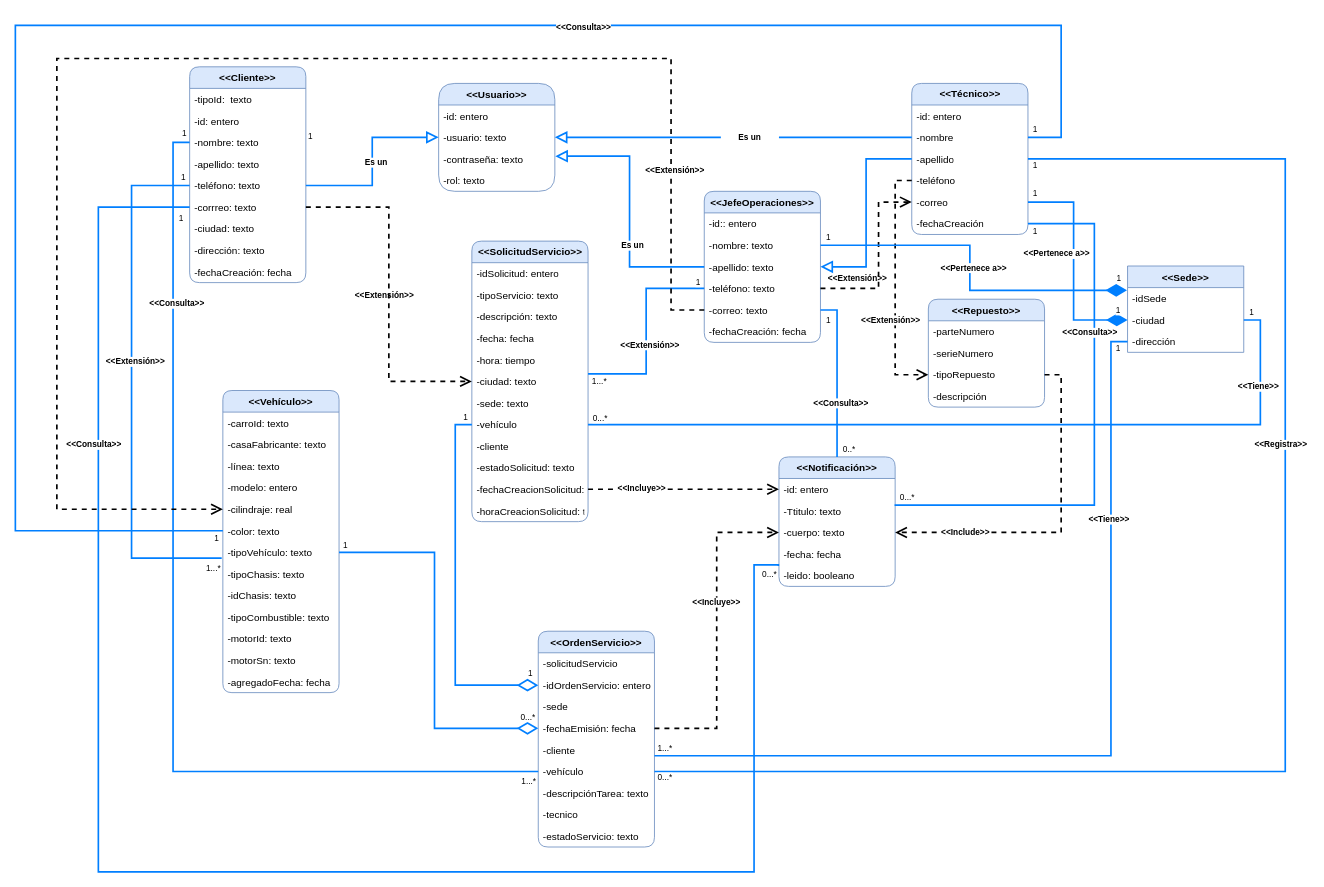
Equipo9-G10/sima keeps this draw.io diagram as Diagrama_sima.drawio. Above is the earlier version. Source tidied: cells renumbered, new cells numbered last; positions are measured from the earlier drawing's top-left corner, leaving out a move shared by most shapes. Both pictures are drawn from the tidied source at 83%, with x=0, y=0 at pixel (15, 14).
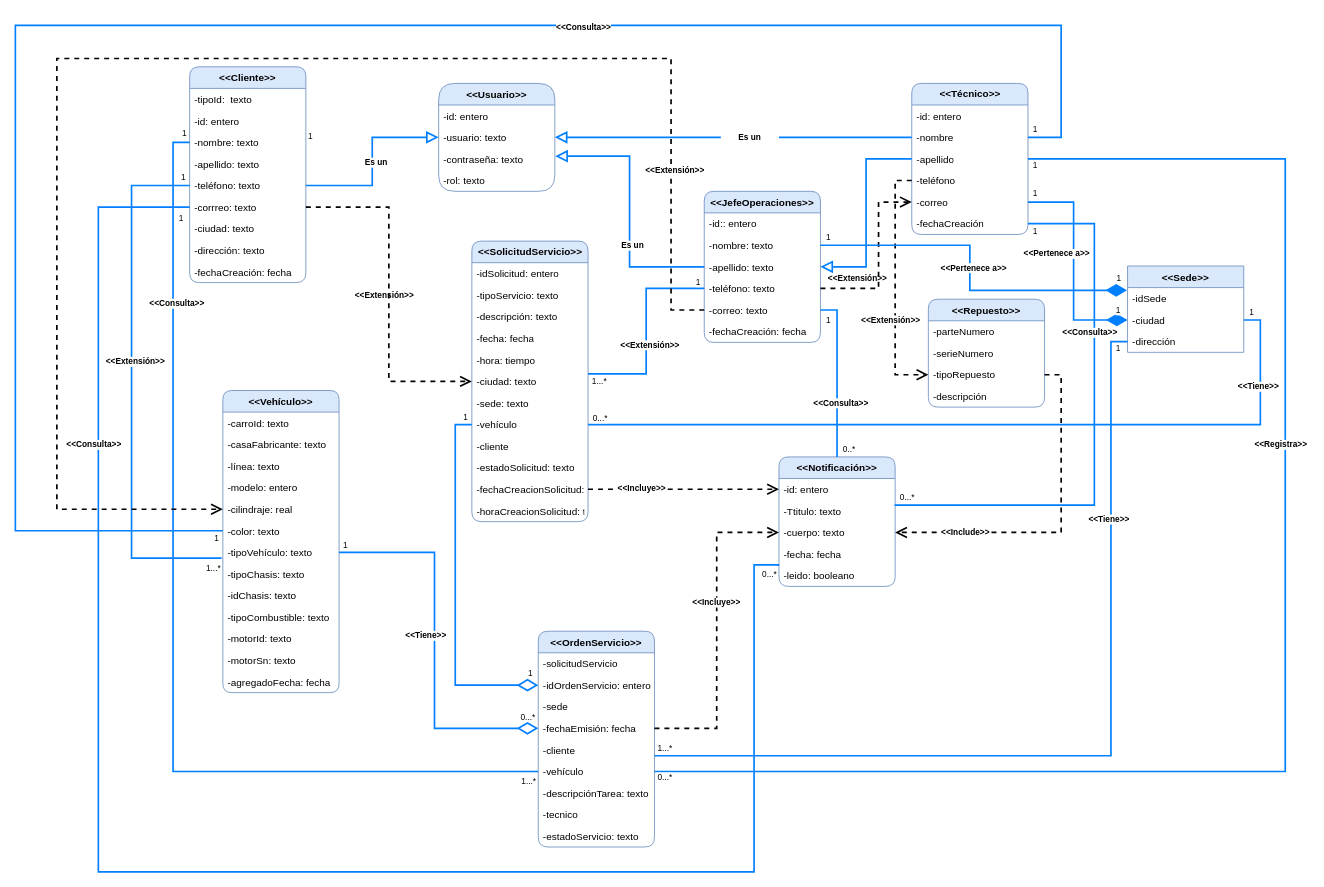
Above is the later version.

Diff of the diagram source:
```diff
@@
+    <mxCell id="160" value="&amp;lt;&amp;lt;Tiene&amp;gt;&amp;gt;" style="rounded=1;fontSize=10;strokeColor=none;fillColor=none;fontStyle=1;labelBackgroundColor=default;html=1;whiteSpace=wrap;" parent="1" vertex="1">
+      <mxGeometry x="460" y="733" width="70" height="30" as="geometry" />
+    </mxCell>
```
